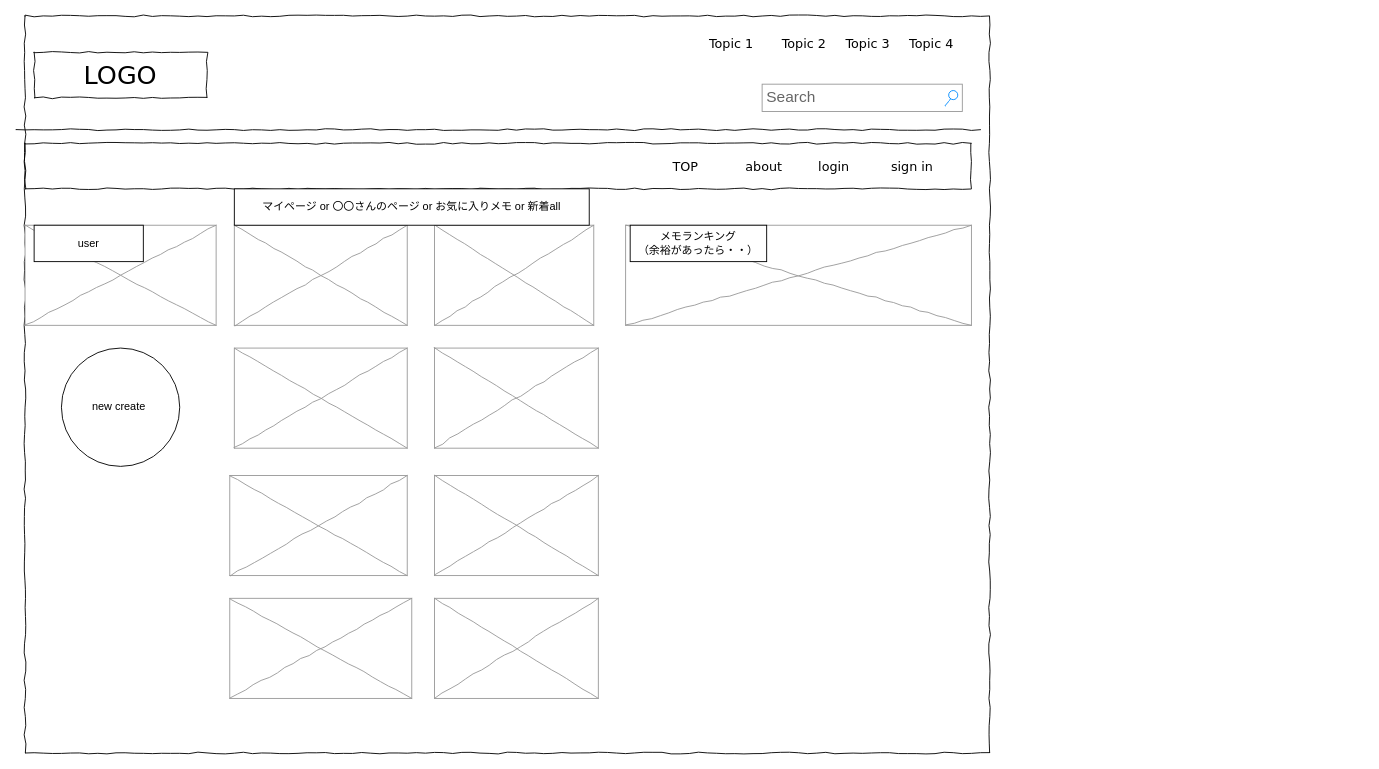
This is page "main 一覧（全部）" (3 of 8) of Untitled Diagram.drawio from kyon-kyon/port2, a draw.io file, before an edit. Source tidied: cells renumbered, new cells numbered last; positions are measured from the earlier drawing's top-left corner, leaving out a move shared by most shapes. Both pictures are drawn from the tidied source at 91%, with x=0, y=0 at pixel (15, 15).
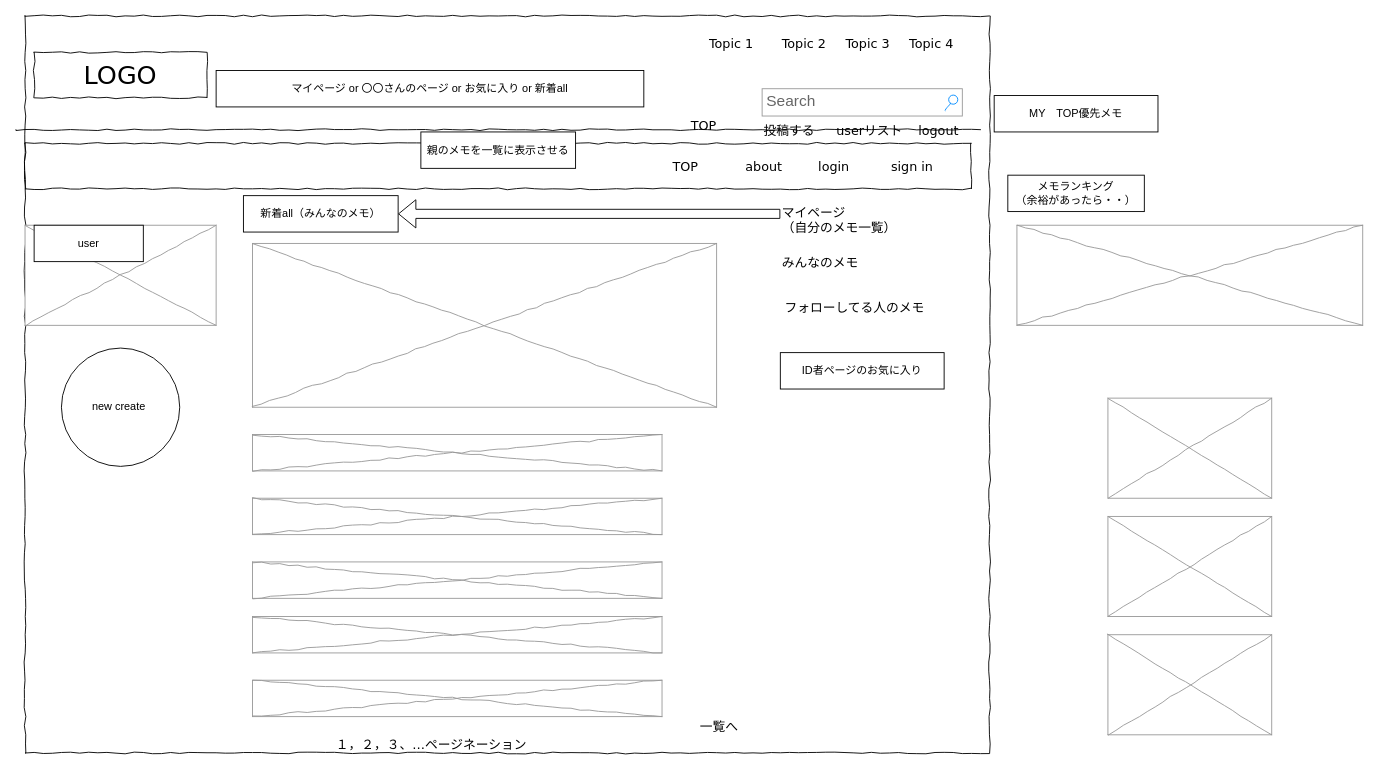
The same diagram, later.

What changed in the source:
```diff
@@
     <mxCell id="4" value="Search" style="strokeWidth=1;shadow=0;dashed=0;align=center;html=1;shape=mxgraph.mockup.forms.searchBox;strokeColor=#999999;mainText=;strokeColor2=#008cff;fontColor=#666666;fontSize=17;align=left;spacingLeft=3;rounded=0;labelBackgroundColor=none;comic=1;" parent="1" vertex="1">
-      <mxGeometry x="820" y="75" width="220" height="30" as="geometry" />
+      <mxGeometry x="820" y="80" width="220" height="30" as="geometry" />
     </mxCell>
@@
     <mxCell id="16" style="verticalLabelPosition=bottom;shadow=0;dashed=0;align=center;html=1;verticalAlign=top;strokeWidth=1;shape=mxgraph.mockup.graphics.simpleIcon;strokeColor=#999999;rounded=0;labelBackgroundColor=none;fontFamily=Verdana;fontSize=14;fontColor=#000000;comic=1;" parent="1" vertex="1">
-      <mxGeometry x="460" y="230" width="175" height="110" as="geometry" />
+      <mxGeometry x="1200" y="550" width="180" height="110" as="geometry" />
     </mxCell>
     <mxCell id="17" style="verticalLabelPosition=bottom;shadow=0;dashed=0;align=center;html=1;verticalAlign=top;strokeWidth=1;shape=mxgraph.mockup.graphics.simpleIcon;strokeColor=#999999;rounded=0;labelBackgroundColor=none;fontFamily=Verdana;fontSize=14;fontColor=#000000;comic=1;" parent="1" vertex="1">
-      <mxGeometry x="240" y="365" width="190" height="110" as="geometry" />
+      <mxGeometry x="260" y="460" width="450" height="40" as="geometry" />
     </mxCell>
@@
     <mxCell id="19" style="verticalLabelPosition=bottom;shadow=0;dashed=0;align=center;html=1;verticalAlign=top;strokeWidth=1;shape=mxgraph.mockup.graphics.simpleIcon;strokeColor=#999999;rounded=0;labelBackgroundColor=none;fontFamily=Verdana;fontSize=14;fontColor=#000000;comic=1;" parent="1" vertex="1">
-      <mxGeometry x="240" y="230" width="190" height="110" as="geometry" />
+      <mxGeometry x="260" y="250" width="510" height="180" as="geometry" />
     </mxCell>
-    <mxCell id="20" value="マイページ or 〇〇さんのページ or お気に入りメモ or 新着all" style="rounded=0;whiteSpace=wrap;html=1;" parent="1" vertex="1">
-      <mxGeometry x="240" y="190" width="390" height="40" as="geometry" />
+    <mxCell id="20" value="マイページ or 〇〇さんのページ or お気に入り or 新着all" style="rounded=0;whiteSpace=wrap;html=1;" parent="1" vertex="1">
+      <mxGeometry x="220" y="60" width="470" height="40" as="geometry" />
     </mxCell>
     <mxCell id="21" style="verticalLabelPosition=bottom;shadow=0;dashed=0;align=center;html=1;verticalAlign=top;strokeWidth=1;shape=mxgraph.mockup.graphics.simpleIcon;strokeColor=#999999;rounded=0;labelBackgroundColor=none;fontFamily=Verdana;fontSize=14;fontColor=#000000;comic=1;" parent="1" vertex="1">
-      <mxGeometry x="670" y="230" width="380" height="110" as="geometry" />
+      <mxGeometry x="1100" y="230" width="380" height="110" as="geometry" />
     </mxCell>
     <mxCell id="22" value="メモランキング&lt;br&gt;（余裕があったら・・）" style="rounded=0;whiteSpace=wrap;html=1;" parent="1" vertex="1">
-      <mxGeometry x="675" y="230" width="150" height="40" as="geometry" />
+      <mxGeometry x="1090" y="175" width="150" height="40" as="geometry" />
     </mxCell>
-    <mxCell id="23" style="verticalLabelPosition=bottom;shadow=0;dashed=0;align=center;html=1;verticalAlign=top;strokeWidth=1;shape=mxgraph.mockup.graphics.simpleIcon;strokeColor=#999999;rounded=0;labelBackgroundColor=none;fontFamily=Verdana;fontSize=14;fontColor=#000000;comic=1;" parent="1" vertex="1">
-      <mxGeometry x="460" y="365" width="180" height="110" as="geometry" />
-    </mxCell>
-    <mxCell id="24" style="verticalLabelPosition=bottom;shadow=0;dashed=0;align=center;html=1;verticalAlign=top;strokeWidth=1;shape=mxgraph.mockup.graphics.simpleIcon;strokeColor=#999999;rounded=0;labelBackgroundColor=none;fontFamily=Verdana;fontSize=14;fontColor=#000000;comic=1;" parent="1" vertex="1">
-      <mxGeometry x="460" y="640" width="180" height="110" as="geometry" />
-    </mxCell>
     <mxCell id="25" style="verticalLabelPosition=bottom;shadow=0;dashed=0;align=center;html=1;verticalAlign=top;strokeWidth=1;shape=mxgraph.mockup.graphics.simpleIcon;strokeColor=#999999;rounded=0;labelBackgroundColor=none;fontFamily=Verdana;fontSize=14;fontColor=#000000;comic=1;" parent="1" vertex="1">
-      <mxGeometry x="235" y="640" width="200" height="110" as="geometry" />
+      <mxGeometry x="260" y="600" width="450" height="40" as="geometry" />
     </mxCell>
     <mxCell id="26" style="verticalLabelPosition=bottom;shadow=0;dashed=0;align=center;html=1;verticalAlign=top;strokeWidth=1;shape=mxgraph.mockup.graphics.simpleIcon;strokeColor=#999999;rounded=0;labelBackgroundColor=none;fontFamily=Verdana;fontSize=14;fontColor=#000000;comic=1;" parent="1" vertex="1">
-      <mxGeometry x="460" y="505" width="180" height="110" as="geometry" />
+      <mxGeometry x="1200" y="680" width="180" height="110" as="geometry" />
     </mxCell>
     <mxCell id="27" style="verticalLabelPosition=bottom;shadow=0;dashed=0;align=center;html=1;verticalAlign=top;strokeWidth=1;shape=mxgraph.mockup.graphics.simpleIcon;strokeColor=#999999;rounded=0;labelBackgroundColor=none;fontFamily=Verdana;fontSize=14;fontColor=#000000;comic=1;" parent="1" vertex="1">
-      <mxGeometry x="235" y="505" width="195" height="110" as="geometry" />
+      <mxGeometry x="260" y="530" width="450" height="40" as="geometry" />
     </mxCell>
@@
+    <mxCell id="29" value="親のメモを一覧に表示させる" style="rounded=0;whiteSpace=wrap;html=1;" parent="1" vertex="1">
+      <mxGeometry x="445" y="127.5" width="170" height="40" as="geometry" />
+    </mxCell>
+    <mxCell id="30" value="新着all（みんなのメモ）" style="rounded=0;whiteSpace=wrap;html=1;" parent="1" vertex="1">
+      <mxGeometry x="250" y="197.5" width="170" height="40" as="geometry" />
+    </mxCell>
+    <mxCell id="31" style="verticalLabelPosition=bottom;shadow=0;dashed=0;align=center;html=1;verticalAlign=top;strokeWidth=1;shape=mxgraph.mockup.graphics.simpleIcon;strokeColor=#999999;rounded=0;labelBackgroundColor=none;fontFamily=Verdana;fontSize=14;fontColor=#000000;comic=1;" parent="1" vertex="1">
+      <mxGeometry x="1200" y="420" width="180" height="110" as="geometry" />
+    </mxCell>
+    <mxCell id="32" value="ID者ページのお気に入り" style="rounded=0;whiteSpace=wrap;html=1;" parent="1" vertex="1">
+      <mxGeometry x="840" y="370" width="180" height="40" as="geometry" />
+    </mxCell>
+    <mxCell id="33" value="マイページ&lt;br&gt;（自分のメモ一覧）" style="text;html=1;points=[];align=left;verticalAlign=top;spacingTop=-4;fontSize=14;fontFamily=Verdana;" parent="1" vertex="1">
+      <mxGeometry x="840" y="205" width="70" height="25" as="geometry" />
+    </mxCell>
+    <mxCell id="34" value="userリスト" style="text;html=1;align=left;verticalAlign=top;spacingTop=-4;fontSize=14;fontFamily=Verdana;" parent="1" vertex="1">
+      <mxGeometry x="900" y="115" width="60" height="20" as="geometry" />
+    </mxCell>
+    <mxCell id="35" value="投稿する" style="text;html=1;align=left;verticalAlign=top;spacingTop=-4;fontSize=14;fontFamily=Verdana;" parent="1" vertex="1">
+      <mxGeometry x="820" y="115" width="60" height="20" as="geometry" />
+    </mxCell>
+    <mxCell id="36" value="logout" style="text;html=1;align=left;verticalAlign=top;spacingTop=-4;fontSize=14;fontFamily=Verdana;" parent="1" vertex="1">
+      <mxGeometry x="990" y="115" width="90" height="35" as="geometry" />
+    </mxCell>
+    <mxCell id="37" value="MY　TOP優先メモ" style="rounded=0;whiteSpace=wrap;html=1;" parent="1" vertex="1">
+      <mxGeometry x="1075" y="87.5" width="180" height="40" as="geometry" />
+    </mxCell>
+    <mxCell id="38" value="一覧へ" style="text;html=1;align=left;verticalAlign=top;spacingTop=-4;fontSize=14;fontFamily=Verdana;" parent="1" vertex="1">
+      <mxGeometry x="750" y="770" width="60" height="20" as="geometry" />
+    </mxCell>
+    <mxCell id="39" style="verticalLabelPosition=bottom;shadow=0;dashed=0;align=center;html=1;verticalAlign=top;strokeWidth=1;shape=mxgraph.mockup.graphics.simpleIcon;strokeColor=#999999;rounded=0;labelBackgroundColor=none;fontFamily=Verdana;fontSize=14;fontColor=#000000;comic=1;" parent="1" vertex="1">
+      <mxGeometry x="260" y="660" width="450" height="40" as="geometry" />
+    </mxCell>
+    <mxCell id="40" style="verticalLabelPosition=bottom;shadow=0;dashed=0;align=center;html=1;verticalAlign=top;strokeWidth=1;shape=mxgraph.mockup.graphics.simpleIcon;strokeColor=#999999;rounded=0;labelBackgroundColor=none;fontFamily=Verdana;fontSize=14;fontColor=#000000;comic=1;" parent="1" vertex="1">
+      <mxGeometry x="260" y="730" width="450" height="40" as="geometry" />
+    </mxCell>
+    <mxCell id="41" value="１，２，３、…ページネーション" style="text;html=1;align=left;verticalAlign=top;spacingTop=-4;fontSize=14;fontFamily=Verdana;" parent="1" vertex="1">
+      <mxGeometry x="350" y="790" width="340" height="20" as="geometry" />
+    </mxCell>
+    <mxCell id="42" value="TOP&lt;br&gt;" style="text;html=1;align=left;verticalAlign=top;spacingTop=-4;fontSize=14;fontFamily=Verdana;" parent="1" vertex="1">
+      <mxGeometry x="740" y="110" width="60" height="20" as="geometry" />
+    </mxCell>
+    <mxCell id="43" value="フォローしてる人のメモ" style="text;html=1;align=left;verticalAlign=top;spacingTop=-4;fontSize=14;fontFamily=Verdana;" parent="1" vertex="1">
+      <mxGeometry x="842.5" y="310" width="175" height="20" as="geometry" />
+    </mxCell>
+    <mxCell id="44" value="みんなのメモ" style="text;html=1;align=left;verticalAlign=top;spacingTop=-4;fontSize=14;fontFamily=Verdana;" parent="1" vertex="1">
+      <mxGeometry x="840" y="260" width="70" height="25" as="geometry" />
+    </mxCell>
+    <mxCell id="45" style="shape=flexArrow;endArrow=classic;html=1;entryX=1;entryY=0.5;entryDx=0;entryDy=0;" parent="1" edge="1" source="33" target="30">
+      <mxGeometry relative="1" as="geometry" />
+    </mxCell>
```
